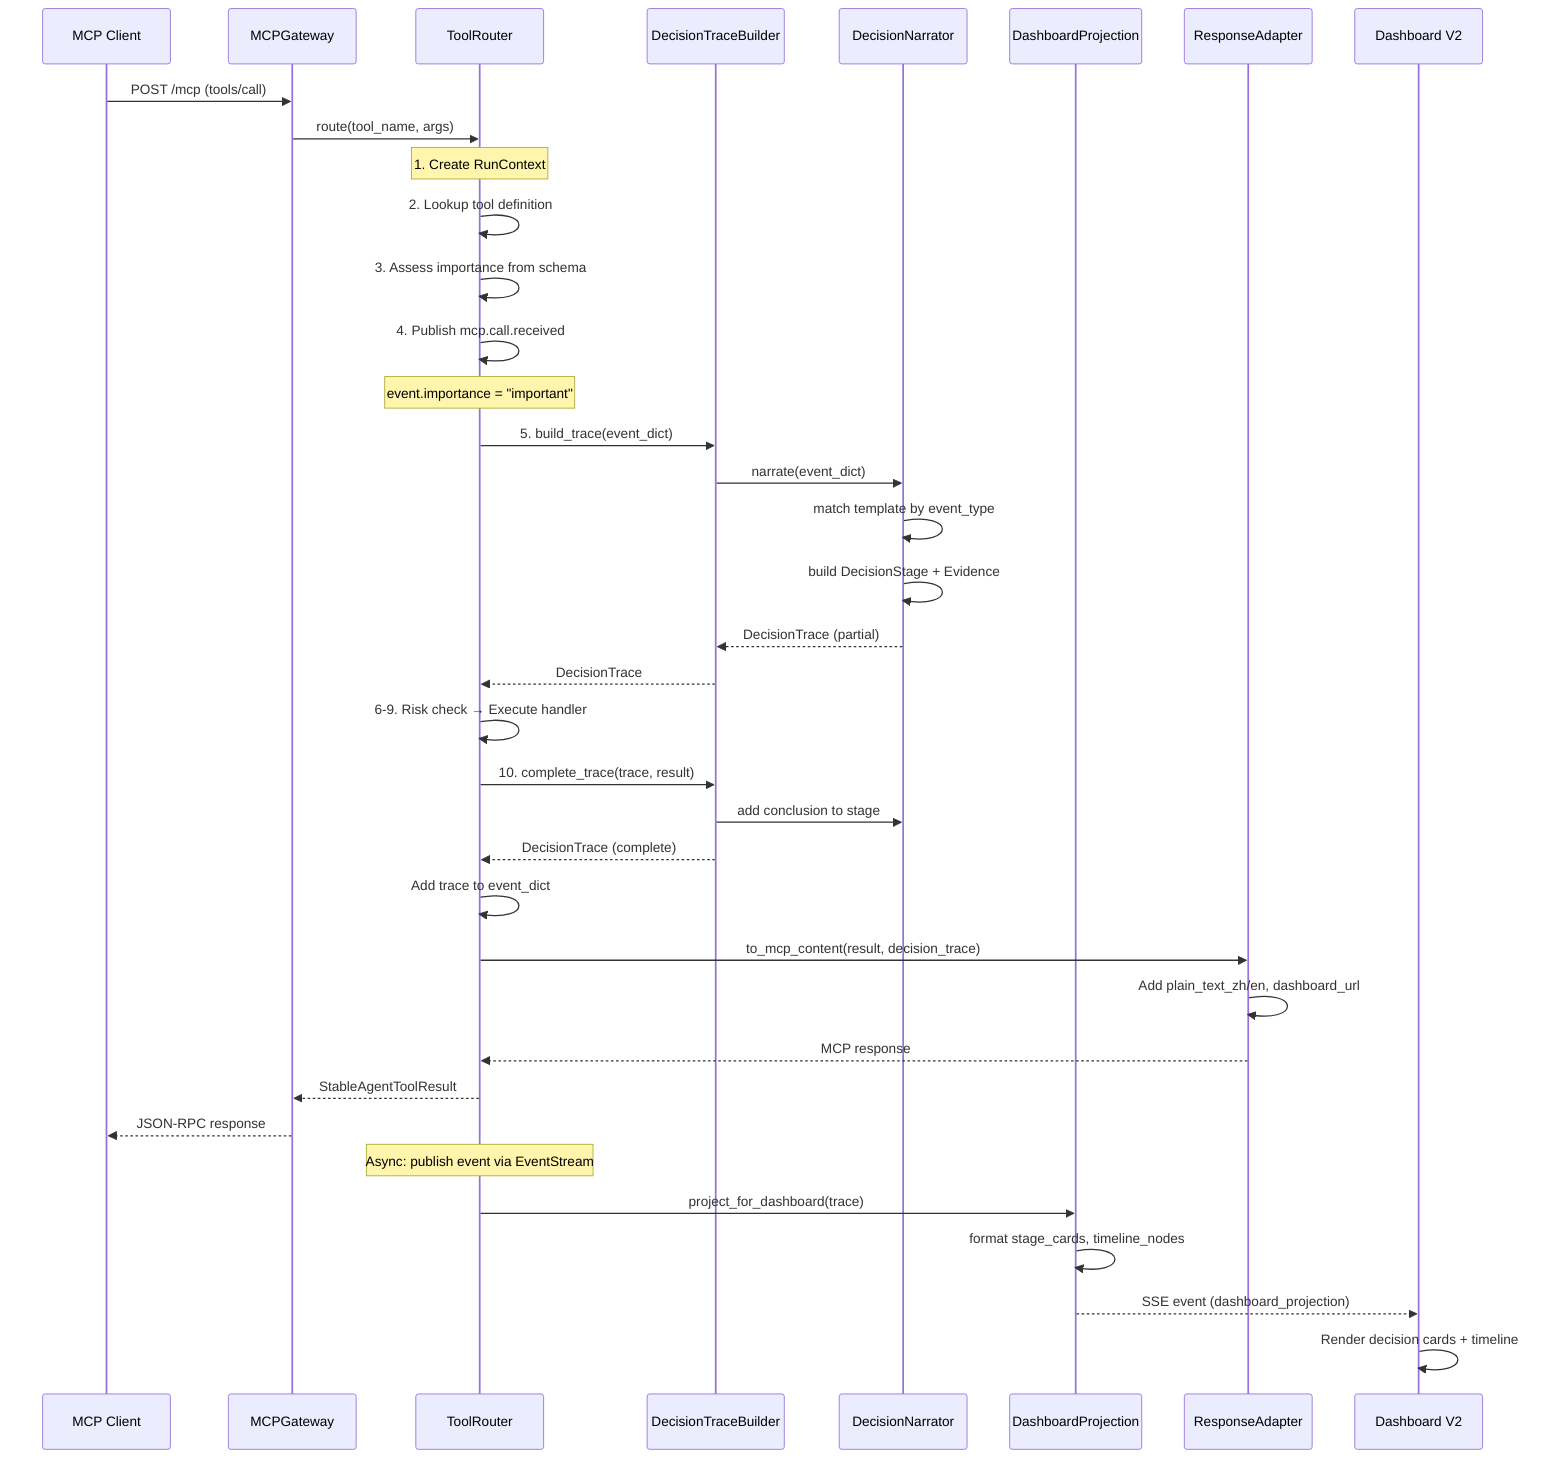
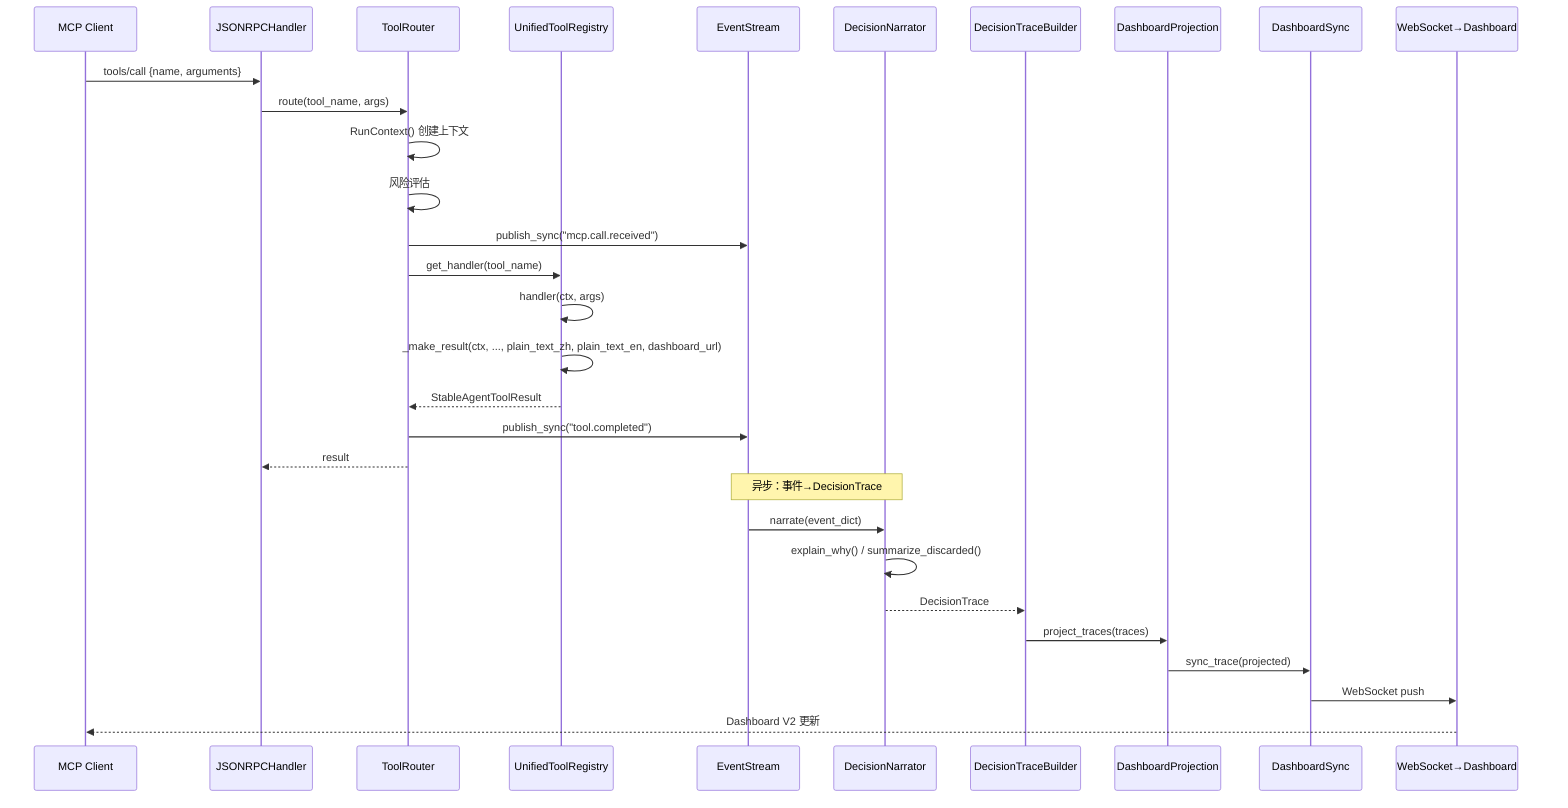
sequenceDiagram
    participant Client as MCP Client
-     participant Gateway as MCPGateway
+     participant Handler as JSONRPCHandler
    participant Router as ToolRouter
+     participant Registry as UnifiedToolRegistry
+     participant Stream as EventStream
+     participant Narrator as DecisionNarrator
    participant Builder as DecisionTraceBuilder
-     participant Narrator as DecisionNarrator
-     participant Projection as DashboardProjection
-     participant Adapter as ResponseAdapter
-     participant Frontend as Dashboard V2
+     participant Proj as DashboardProjection
+     participant Sync as DashboardSync
+     participant WS as WebSocket→Dashboard

-     Client->>Gateway: POST /mcp (tools/call)
-     Gateway->>Router: route(tool_name, args)
+     Client->>Handler: tools/call {name, arguments}
+     Handler->>Router: route(tool_name, args)
+     Router->>Router: RunContext() 创建上下文
+     Router->>Router: 风险评估
+     Router->>Stream: publish_sync("mcp.call.received")
+     Router->>Registry: get_handler(tool_name)
+     Registry->>Registry: handler(ctx, args)
+     Registry->>Registry: _make_result(ctx, ..., plain_text_zh, plain_text_en, dashboard_url)
+     Registry-->>Router: StableAgentToolResult
+     Router->>Stream: publish_sync("tool.completed")
+     Router-->>Handler: result

-     Note over Router: 1. Create RunContext
-     Router->>Router: 2. Lookup tool definition
-     Router->>Router: 3. Assess importance from schema
+     Note over Stream,Narrator: 异步：事件→DecisionTrace

-     Router->>Router: 4. Publish mcp.call.received
-     Note over Router: event.importance = "important"
- 
-     Router->>Builder: 5. build_trace(event_dict)
-     Builder->>Narrator: narrate(event_dict)
-     Narrator->>Narrator: match template by event_type
-     Narrator->>Narrator: build DecisionStage + Evidence
-     Narrator-->>Builder: DecisionTrace (partial)
-     Builder-->>Router: DecisionTrace
- 
-     Router->>Router: 6-9. Risk check → Execute handler
- 
-     Router->>Builder: 10. complete_trace(trace, result)
-     Builder->>Narrator: add conclusion to stage
-     Builder-->>Router: DecisionTrace (complete)
- 
-     Router->>Router: Add trace to event_dict
- 
-     Router->>Adapter: to_mcp_content(result, decision_trace)
-     Adapter->>Adapter: Add plain_text_zh/en, dashboard_url
-     Adapter-->>Router: MCP response
- 
-     Router-->>Gateway: StableAgentToolResult
-     Gateway-->>Client: JSON-RPC response
- 
-     Note over Router: Async: publish event via EventStream
-     Router->>Projection: project_for_dashboard(trace)
-     Projection->>Projection: format stage_cards, timeline_nodes
-     Projection-->>Frontend: SSE event (dashboard_projection)
- 
-     Frontend->>Frontend: Render decision cards + timeline
+     Stream->>Narrator: narrate(event_dict)
+     Narrator->>Narrator: explain_why() / summarize_discarded()
+     Narrator-->>Builder: DecisionTrace
+     Builder->>Proj: project_traces(traces)
+     Proj->>Sync: sync_trace(projected)
+     Sync->>WS: WebSocket push
+     WS-->>Client: Dashboard V2 更新
